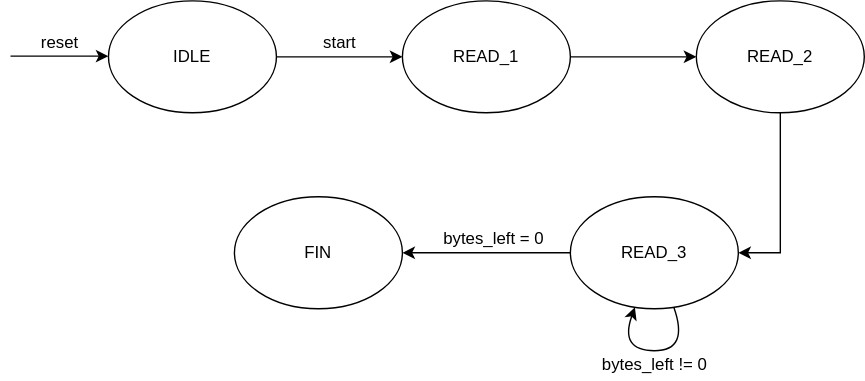
Above: Documentation/State_diagram/UDP_decoder_sd.svg in ntpt7921/Verilog_UDP_TCP (draw.io), before the change. Source tidied: cells renumbered, new cells last; positions are measured from the earlier drawing's top-left corner, leaving out a move shared by most shapes. Source of this version:
```xml
<mxGraphModel>
  <root>
    <mxCell id="0" />
    <mxCell id="1" parent="0" />
    <mxCell id="2" style="edgeStyle=orthogonalEdgeStyle;rounded=0;jettySize=auto;html=1;" parent="1" edge="1" source="3" target="5">
      <mxGeometry relative="1" as="geometry" />
    </mxCell>
    <mxCell id="3" value="IDLE" style="ellipse;whiteSpace=wrap;html=1;" parent="1" vertex="1">
      <mxGeometry x="70" width="120" height="80" as="geometry" />
    </mxCell>
    <mxCell id="4" style="edgeStyle=orthogonalEdgeStyle;rounded=0;jettySize=auto;html=1;" parent="1" edge="1" source="5" target="7">
      <mxGeometry relative="1" as="geometry" />
    </mxCell>
    <mxCell id="5" value="READ_1" style="ellipse;whiteSpace=wrap;html=1;" parent="1" vertex="1">
      <mxGeometry x="280" width="120" height="80" as="geometry" />
    </mxCell>
    <mxCell id="6" style="edgeStyle=orthogonalEdgeStyle;rounded=0;jettySize=auto;html=1;entryX=1;entryY=0.5;entryDx=0;entryDy=0;" parent="1" edge="1" source="7" target="13">
      <mxGeometry relative="1" as="geometry" />
    </mxCell>
    <mxCell id="7" value="READ_2" style="ellipse;whiteSpace=wrap;html=1;" parent="1" vertex="1">
      <mxGeometry x="490" width="120" height="80" as="geometry" />
    </mxCell>
    <mxCell id="8" value="FIN" style="ellipse;whiteSpace=wrap;html=1;" parent="1" vertex="1">
      <mxGeometry x="160" y="140" width="120" height="80" as="geometry" />
    </mxCell>
    <mxCell id="9" style="endArrow=classic;html=1;rounded=0;" parent="1" edge="1">
      <mxGeometry relative="1" as="geometry">
        <mxPoint y="39.5" as="sourcePoint" />
        <mxPoint x="70" y="39.5" as="targetPoint" />
      </mxGeometry>
    </mxCell>
    <mxCell id="10" value="reset" style="text;html=1;align=center;verticalAlign=middle;strokeColor=none;fillColor=none;" parent="1" vertex="1">
      <mxGeometry x="15" y="20" width="40" height="20" as="geometry" />
    </mxCell>
    <mxCell id="11" value="start" style="text;html=1;align=center;verticalAlign=middle;strokeColor=none;fillColor=none;" parent="1" vertex="1">
      <mxGeometry x="215" y="20" width="40" height="20" as="geometry" />
    </mxCell>
    <mxCell id="12" style="edgeStyle=orthogonalEdgeStyle;rounded=0;jettySize=auto;html=1;" parent="1" edge="1" source="13" target="8">
      <mxGeometry relative="1" as="geometry" />
    </mxCell>
    <mxCell id="13" value="READ_3" style="ellipse;whiteSpace=wrap;html=1;" parent="1" vertex="1">
      <mxGeometry x="400" y="140" width="120" height="80" as="geometry" />
    </mxCell>
    <mxCell id="14" style="curved=1;endArrow=classic;html=1;rounded=0;" parent="1" edge="1" source="13" target="13">
      <mxGeometry relative="1" as="geometry">
        <Array as="points">
          <mxPoint x="485" y="250" />
          <mxPoint x="435" y="250" />
        </Array>
      </mxGeometry>
    </mxCell>
    <mxCell id="15" value="bytes_left = 0" style="text;html=1;align=center;verticalAlign=middle;strokeColor=none;fillColor=none;" parent="1" vertex="1">
      <mxGeometry x="300" y="160" width="90" height="20" as="geometry" />
    </mxCell>
    <mxCell id="16" value="bytes_left != 0" style="text;html=1;align=center;verticalAlign=middle;strokeColor=none;fillColor=none;" parent="1" vertex="1">
      <mxGeometry x="415" y="250" width="90" height="20" as="geometry" />
    </mxCell>
  </root>
</mxGraphModel>
```
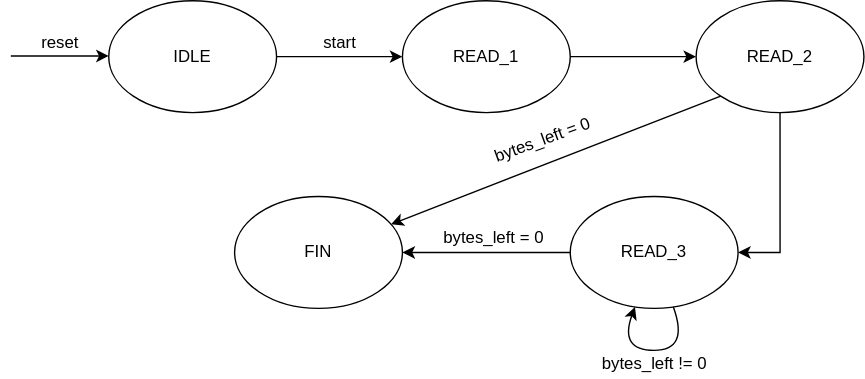
Above is the later version.

What changed in the source:
```diff
@@ -17,6 +17,9 @@
     <mxCell id="6" style="edgeStyle=orthogonalEdgeStyle;rounded=0;jettySize=auto;html=1;entryX=1;entryY=0.5;entryDx=0;entryDy=0;" parent="1" edge="1" source="7" target="13">
       <mxGeometry relative="1" as="geometry" />
     </mxCell>
+    <mxCell id="17" style="edgeStyle=none;rounded=0;jettySize=auto;html=1;exitX=0;exitY=1;exitDx=0;exitDy=0;" parent="1" edge="1" source="7" target="8">
+      <mxGeometry relative="1" as="geometry" />
+    </mxCell>
     <mxCell id="7" value="READ_2" style="ellipse;whiteSpace=wrap;html=1;" parent="1" vertex="1">
       <mxGeometry x="490" width="120" height="80" as="geometry" />
     </mxCell>
@@ -55,5 +58,8 @@
     <mxCell id="16" value="bytes_left != 0" style="text;html=1;align=center;verticalAlign=middle;strokeColor=none;fillColor=none;" parent="1" vertex="1">
       <mxGeometry x="415" y="250" width="90" height="20" as="geometry" />
     </mxCell>
+    <mxCell id="18" value="bytes_left = 0" style="text;html=1;align=center;verticalAlign=middle;strokeColor=none;fillColor=none;rotation=-20;" parent="1" vertex="1">
+      <mxGeometry x="335" y="90" width="90" height="20" as="geometry" />
+    </mxCell>
   </root>
 </mxGraphModel>
```
